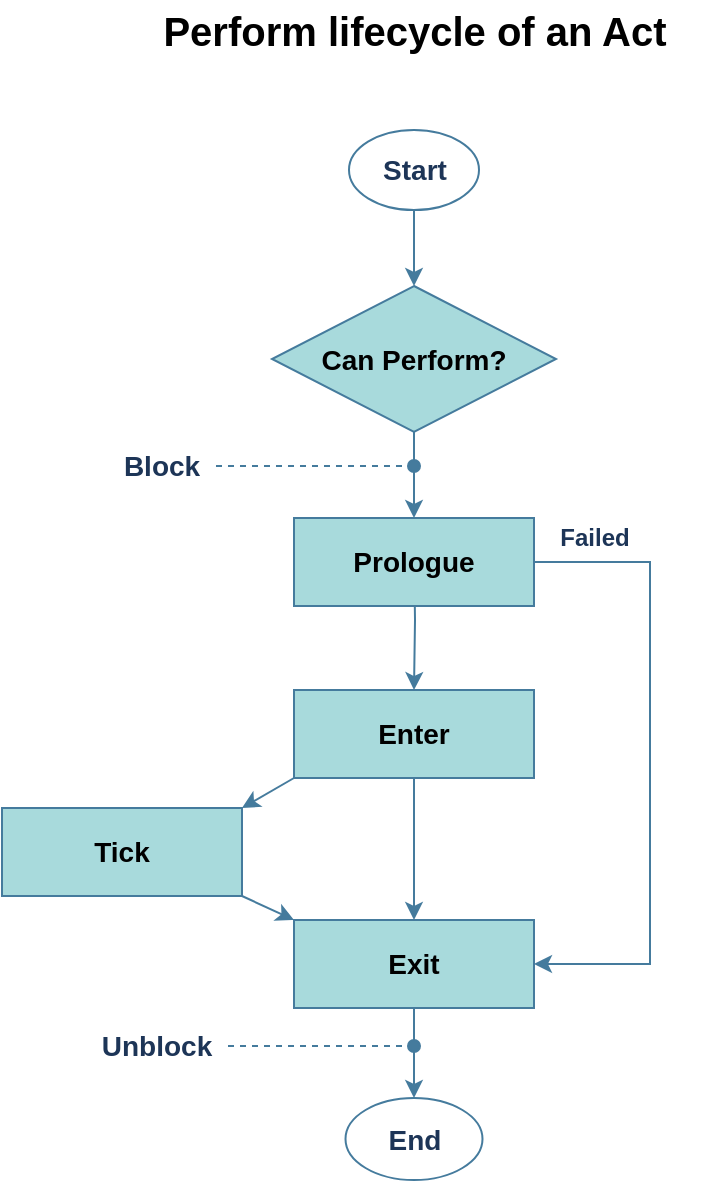
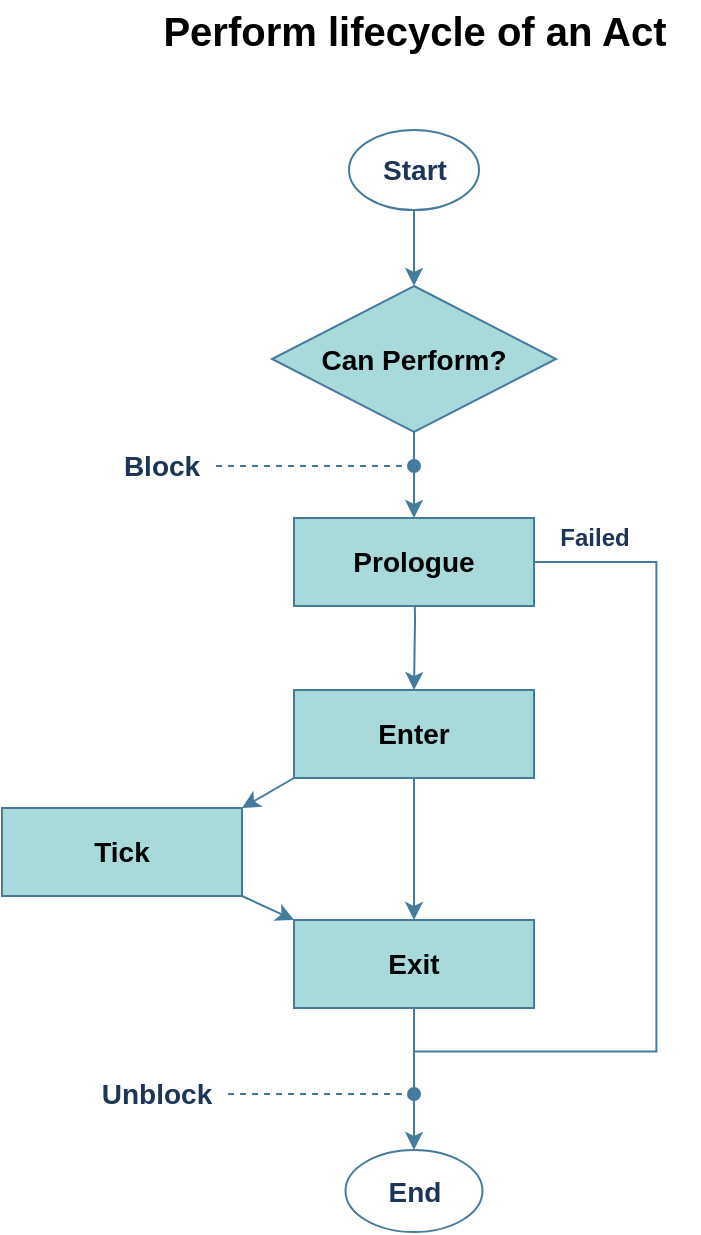
<mxfile host="app.diagrams.net" scale="1" border="0">
  <diagram name="Page-1" id="OfKS-5RFfnKffEzzvBmu">
-     <mxGraphModel dx="1664" dy="935" grid="0" gridSize="10" guides="1" tooltips="1" connect="1" arrows="1" fold="1" page="1" pageScale="1" pageWidth="475" pageHeight="620" background="light-dark(#ffffff, #0f1115)" math="0" shadow="0">
+     <mxGraphModel dx="1178" dy="691" grid="0" gridSize="10" guides="1" tooltips="1" connect="1" arrows="1" fold="1" page="1" pageScale="1" pageWidth="475" pageHeight="650" background="light-dark(#ffffff, #0f1115)" math="0" shadow="0">
      <root>
        <mxCell id="0" />
        <mxCell id="1" parent="0" />
        <mxCell id="_BiP4E9J3sTepbuVYYGG-2" parent="1" style="text;html=1;whiteSpace=wrap;align=center;verticalAlign=middle;rounded=0;labelBackgroundColor=none;fontColor=#1D3557;fontFamily=Helvetica;fontSize=12;" value="&lt;font style=&quot;color: light-dark(rgb(0, 0, 0), rgb(255, 255, 255)); font-size: 20px;&quot;&gt;&lt;b style=&quot;&quot;&gt;Perform lifecycle of an Act&lt;/b&gt;&lt;/font&gt;" vertex="1">
          <mxGeometry height="30" width="285" x="99.5" y="15" as="geometry" />
        </mxCell>
        <mxCell id="_BiP4E9J3sTepbuVYYGG-11" edge="1" parent="1" style="edgeStyle=orthogonalEdgeStyle;rounded=0;orthogonalLoop=1;jettySize=auto;html=1;exitX=0.5;exitY=1;exitDx=0;exitDy=0;entryX=0.5;entryY=0;entryDx=0;entryDy=0;labelBackgroundColor=none;strokeColor=#457B9D;fontColor=#1D3557;align=center;verticalAlign=middle;fontFamily=Helvetica;fontSize=14;fillColor=light-dark(#A8DADC,#003366);fontStyle=1" target="_BiP4E9J3sTepbuVYYGG-12">
          <mxGeometry relative="1" as="geometry">
            <mxPoint x="242" y="289" as="sourcePoint" />
            <mxPoint x="242" y="350" as="targetPoint" />
          </mxGeometry>
        </mxCell>
-         <mxCell id="_BiP4E9J3sTepbuVYYGG-22" edge="1" parent="1" source="_BiP4E9J3sTepbuVYYGG-4" style="edgeStyle=orthogonalEdgeStyle;rounded=0;orthogonalLoop=1;jettySize=auto;html=1;exitX=1;exitY=0.5;exitDx=0;exitDy=0;entryX=1;entryY=0.5;entryDx=0;entryDy=0;labelBackgroundColor=none;strokeColor=#457B9D;fontColor=#1D3557;align=center;verticalAlign=middle;fontFamily=Helvetica;fontSize=14;fillColor=light-dark(#A8DADC,#003366);fontStyle=1" target="_BiP4E9J3sTepbuVYYGG-15">
+         <mxCell id="w7bkTqppVQ7f1nbiUwX1-4" edge="1" parent="1" style="edgeStyle=orthogonalEdgeStyle;shape=connector;rounded=0;orthogonalLoop=1;jettySize=auto;html=1;exitX=1;exitY=0.5;exitDx=0;exitDy=0;strokeColor=#457B9D;align=center;verticalAlign=middle;fontFamily=Helvetica;fontSize=14;fontColor=#1D3557;fontStyle=1;labelBackgroundColor=none;endArrow=none;fillColor=light-dark(#A8DADC,#003366);endFill=0;">
          <mxGeometry relative="1" as="geometry">
            <Array as="points">
-               <mxPoint x="360" y="296" />
-               <mxPoint x="360" y="497" />
+               <mxPoint x="363.18" y="296.01" />
+               <mxPoint x="363.18" y="540.72" />
+               <mxPoint x="242.01" y="540.72" />
            </Array>
-             <mxPoint x="301.9999999999999" y="605.9999999999999" as="targetPoint" />
+             <mxPoint x="302" y="296" as="sourcePoint" />
+             <mxPoint x="242" y="540.72" as="targetPoint" />
          </mxGeometry>
        </mxCell>
        <mxCell id="_BiP4E9J3sTepbuVYYGG-4" parent="1" style="rounded=0;whiteSpace=wrap;html=1;labelBackgroundColor=none;fillColor=light-dark(#A8DADC,#003366);strokeColor=#457B9D;fontColor=#1D3557;align=center;verticalAlign=middle;fontFamily=Helvetica;fontSize=14;fontStyle=1" value="&lt;font style=&quot;color: light-dark(rgb(0, 0, 0), rgb(204, 229, 255));&quot;&gt;Prologue&lt;/font&gt;" vertex="1">
          <mxGeometry height="44" width="120" x="182" y="274" as="geometry" />
        </mxCell>
        <mxCell id="VbLxhV6m8n2KJ75T3TKu-2" edge="1" parent="1" source="_BiP4E9J3sTepbuVYYGG-5" style="edgeStyle=orthogonalEdgeStyle;shape=connector;rounded=0;orthogonalLoop=1;jettySize=auto;html=1;exitX=0.5;exitY=1;exitDx=0;exitDy=0;entryX=0.5;entryY=0;entryDx=0;entryDy=0;strokeColor=#457B9D;align=center;verticalAlign=middle;fontFamily=Helvetica;fontSize=14;fontColor=#1D3557;fontStyle=1;labelBackgroundColor=none;endArrow=classic;fillColor=light-dark(#A8DADC,#003366);" target="_BiP4E9J3sTepbuVYYGG-4">
          <mxGeometry relative="1" as="geometry" />
        </mxCell>
        <mxCell id="_BiP4E9J3sTepbuVYYGG-5" parent="1" style="rhombus;whiteSpace=wrap;html=1;labelBackgroundColor=none;rounded=0;fillColor=light-dark(#A8DADC,#003366);strokeColor=#457B9D;fontColor=#1D3557;fontStyle=1;fontSize=14;" value="&lt;font style=&quot;color: light-dark(rgb(0, 0, 0), rgb(204, 229, 255));&quot;&gt;Can Perform?&lt;/font&gt;" vertex="1">
          <mxGeometry height="73" width="142" x="171" y="158" as="geometry" />
        </mxCell>
        <mxCell id="_BiP4E9J3sTepbuVYYGG-17" edge="1" parent="1" source="_BiP4E9J3sTepbuVYYGG-12" style="rounded=0;orthogonalLoop=1;jettySize=auto;html=1;exitX=0;exitY=1;exitDx=0;exitDy=0;entryX=1;entryY=0;entryDx=0;entryDy=0;labelBackgroundColor=none;strokeColor=#457B9D;fontColor=#1D3557;align=center;verticalAlign=middle;fontFamily=Helvetica;fontSize=14;fillColor=light-dark(#A8DADC,#003366);fontStyle=1" target="_BiP4E9J3sTepbuVYYGG-14">
          <mxGeometry relative="1" as="geometry" />
        </mxCell>
        <mxCell id="_BiP4E9J3sTepbuVYYGG-19" edge="1" parent="1" source="_BiP4E9J3sTepbuVYYGG-12" style="edgeStyle=orthogonalEdgeStyle;rounded=0;orthogonalLoop=1;jettySize=auto;html=1;entryX=0.5;entryY=0;entryDx=0;entryDy=0;labelBackgroundColor=none;strokeColor=#457B9D;fontColor=#1D3557;align=center;verticalAlign=middle;fontFamily=Helvetica;fontSize=14;fillColor=light-dark(#A8DADC,#003366);fontStyle=1" target="_BiP4E9J3sTepbuVYYGG-15">
          <mxGeometry relative="1" as="geometry" />
        </mxCell>
        <mxCell id="_BiP4E9J3sTepbuVYYGG-12" parent="1" style="rounded=0;whiteSpace=wrap;html=1;labelBackgroundColor=none;fillColor=light-dark(#A8DADC,#003366);strokeColor=#457B9D;fontColor=#1D3557;align=center;verticalAlign=middle;fontFamily=Helvetica;fontSize=14;fontStyle=1" value="&lt;font style=&quot;color: light-dark(rgb(0, 0, 0), rgb(204, 229, 255));&quot;&gt;Enter&lt;/font&gt;" vertex="1">
          <mxGeometry height="44" width="120" x="182" y="360" as="geometry" />
        </mxCell>
        <mxCell id="_BiP4E9J3sTepbuVYYGG-18" edge="1" parent="1" source="_BiP4E9J3sTepbuVYYGG-14" style="rounded=0;orthogonalLoop=1;jettySize=auto;html=1;exitX=1;exitY=1;exitDx=0;exitDy=0;entryX=0;entryY=0;entryDx=0;entryDy=0;labelBackgroundColor=none;strokeColor=#457B9D;fontColor=#1D3557;align=center;verticalAlign=middle;fontFamily=Helvetica;fontSize=14;fillColor=light-dark(#A8DADC,#003366);fontStyle=1" target="_BiP4E9J3sTepbuVYYGG-15">
          <mxGeometry relative="1" as="geometry" />
        </mxCell>
        <mxCell id="_BiP4E9J3sTepbuVYYGG-14" parent="1" style="rounded=0;whiteSpace=wrap;html=1;labelBackgroundColor=none;fillColor=light-dark(#A8DADC,#003366);strokeColor=#457B9D;fontColor=#1D3557;align=center;verticalAlign=middle;fontFamily=Helvetica;fontSize=14;fontStyle=1" value="&lt;font style=&quot;color: light-dark(rgb(0, 0, 0), rgb(204, 229, 255));&quot;&gt;Tick&lt;/font&gt;" vertex="1">
          <mxGeometry height="44" width="120" x="36" y="419" as="geometry" />
        </mxCell>
        <mxCell id="_BiP4E9J3sTepbuVYYGG-20" edge="1" parent="1" source="_BiP4E9J3sTepbuVYYGG-15" style="edgeStyle=orthogonalEdgeStyle;rounded=0;orthogonalLoop=1;jettySize=auto;html=1;exitX=0.5;exitY=1;exitDx=0;exitDy=0;labelBackgroundColor=none;strokeColor=#457B9D;fontColor=#1D3557;align=center;verticalAlign=middle;fontFamily=Helvetica;fontSize=14;fillColor=light-dark(#A8DADC,#003366);fontStyle=1;entryX=0.5;entryY=0;entryDx=0;entryDy=0;" target="VbLxhV6m8n2KJ75T3TKu-8">
          <mxGeometry relative="1" as="geometry">
            <mxPoint x="242" y="562" as="targetPoint" />
          </mxGeometry>
        </mxCell>
        <mxCell id="_BiP4E9J3sTepbuVYYGG-15" parent="1" style="rounded=0;whiteSpace=wrap;html=1;labelBackgroundColor=none;fillColor=light-dark(#A8DADC,#003366);strokeColor=#457B9D;fontColor=#1D3557;align=center;verticalAlign=middle;fontFamily=Helvetica;fontSize=14;fontStyle=1" value="&lt;font style=&quot;color: light-dark(rgb(0, 0, 0), rgb(204, 229, 255));&quot;&gt;Exit&lt;/font&gt;" vertex="1">
          <mxGeometry height="44" width="120" x="182" y="475" as="geometry" />
        </mxCell>
        <mxCell id="VbLxhV6m8n2KJ75T3TKu-7" edge="1" parent="1" source="VbLxhV6m8n2KJ75T3TKu-6" style="edgeStyle=orthogonalEdgeStyle;shape=connector;rounded=0;orthogonalLoop=1;jettySize=auto;html=1;entryX=0.5;entryY=0;entryDx=0;entryDy=0;strokeColor=#457B9D;align=center;verticalAlign=middle;fontFamily=Helvetica;fontSize=14;fontColor=#1D3557;fontStyle=1;labelBackgroundColor=none;endArrow=classic;fillColor=light-dark(#A8DADC,#003366);" target="_BiP4E9J3sTepbuVYYGG-5">
          <mxGeometry relative="1" as="geometry" />
        </mxCell>
        <mxCell id="VbLxhV6m8n2KJ75T3TKu-6" parent="1" style="ellipse;whiteSpace=wrap;html=1;fontFamily=Helvetica;fontSize=14;fontColor=#1D3557;fontStyle=1;labelBackgroundColor=none;fillColor=none;strokeColor=#457B9D;" value="Start" vertex="1">
          <mxGeometry height="40" width="65" x="209.5" y="80" as="geometry" />
        </mxCell>
        <mxCell id="VbLxhV6m8n2KJ75T3TKu-8" parent="1" style="ellipse;whiteSpace=wrap;html=1;fontFamily=Helvetica;fontSize=14;fontColor=#1D3557;fontStyle=1;labelBackgroundColor=none;fillColor=none;strokeColor=#457B9D;" value="End" vertex="1">
-           <mxGeometry height="41" width="68.5" x="207.75" y="564" as="geometry" />
+           <mxGeometry height="41" width="68.5" x="207.75" y="590" as="geometry" />
        </mxCell>
        <mxCell id="rAa0ps-fYeUMzgn9wzey-2" edge="1" parent="1" style="endArrow=oval;dashed=1;html=1;rounded=0;strokeColor=#457B9D;align=center;verticalAlign=middle;fontFamily=Helvetica;fontSize=14;fontColor=#1D3557;fontStyle=1;labelBackgroundColor=none;edgeStyle=orthogonalEdgeStyle;fillColor=light-dark(#A8DADC,#003366);endFill=1;" value="">
          <mxGeometry height="50" relative="1" width="50" as="geometry">
            <Array as="points">
              <mxPoint x="239" y="247.99" />
            </Array>
            <mxPoint x="143" y="247.99108342361865" as="sourcePoint" />
            <mxPoint x="242" y="248" as="targetPoint" />
          </mxGeometry>
        </mxCell>
        <mxCell id="rAa0ps-fYeUMzgn9wzey-3" parent="1" style="text;html=1;whiteSpace=wrap;strokeColor=none;fillColor=none;align=center;verticalAlign=middle;rounded=0;fontFamily=Helvetica;fontSize=14;fontColor=#1D3557;fontStyle=1;labelBackgroundColor=none;" value="Block" vertex="1">
          <mxGeometry height="30" width="60" x="86" y="233" as="geometry" />
        </mxCell>
        <mxCell id="rAa0ps-fYeUMzgn9wzey-4" edge="1" parent="1" source="rAa0ps-fYeUMzgn9wzey-5" style="endArrow=oval;dashed=1;html=1;rounded=0;strokeColor=#457B9D;align=center;verticalAlign=middle;fontFamily=Helvetica;fontSize=14;fontColor=#1D3557;fontStyle=1;labelBackgroundColor=none;edgeStyle=orthogonalEdgeStyle;fillColor=light-dark(#A8DADC,#003366);exitX=1;exitY=0.5;exitDx=0;exitDy=0;endFill=1;" value="">
          <mxGeometry height="50" relative="1" width="50" as="geometry">
            <Array as="points" />
-             <mxPoint x="146" y="537.9910834236186" as="sourcePoint" />
-             <mxPoint x="242" y="538" as="targetPoint" />
+             <mxPoint x="146" y="561.9910834236186" as="sourcePoint" />
+             <mxPoint x="242" y="562" as="targetPoint" />
          </mxGeometry>
        </mxCell>
        <mxCell id="rAa0ps-fYeUMzgn9wzey-5" parent="1" style="text;html=1;whiteSpace=wrap;strokeColor=none;fillColor=none;align=center;verticalAlign=middle;rounded=0;fontFamily=Helvetica;fontSize=14;fontColor=#1D3557;fontStyle=1;labelBackgroundColor=none;" value="Unblock" vertex="1">
-           <mxGeometry height="30" width="71" x="78" y="523" as="geometry" />
+           <mxGeometry height="30" width="71" x="78" y="547" as="geometry" />
        </mxCell>
        <mxCell id="S_8e6By71IjvLksE3kmr-1" parent="1" style="text;html=1;whiteSpace=wrap;strokeColor=none;fillColor=none;align=center;verticalAlign=middle;rounded=0;fontFamily=Helvetica;fontSize=12;fontColor=#1D3557;fontStyle=1;labelBackgroundColor=none;" value="Failed" vertex="1">
          <mxGeometry height="20" width="39" x="313" y="274" as="geometry" />
        </mxCell>
      </root>
    </mxGraphModel>
  </diagram>
</mxfile>
